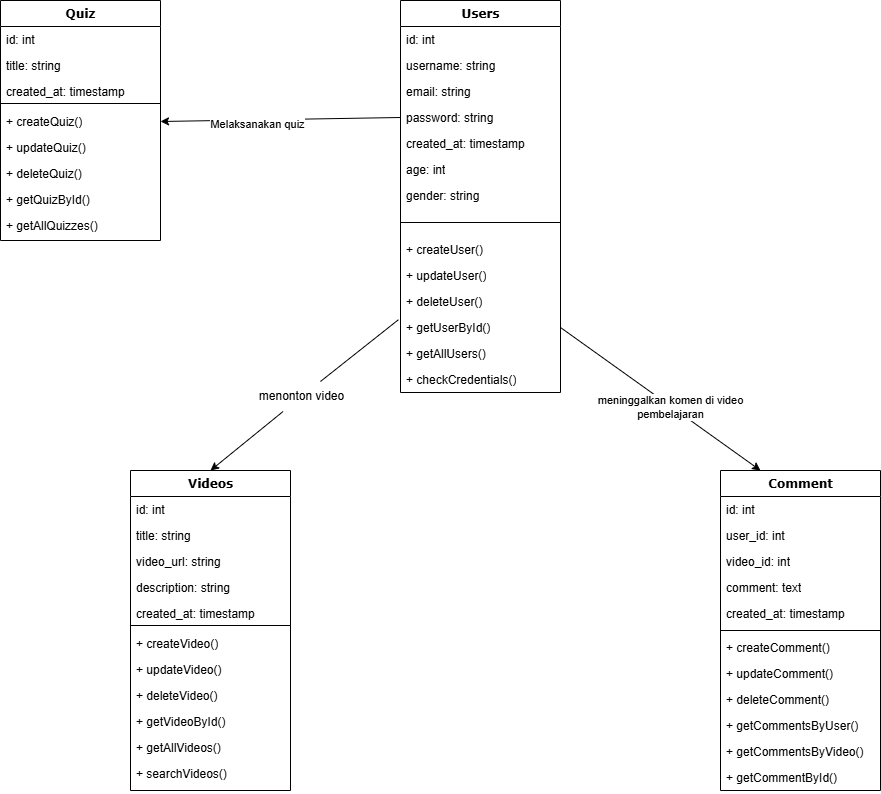
This is Diagrams/Class Diagram.drawio.png from KVNC-source/OURRPL, a draw.io export, as it was before one commit. Source tidied: cells renumbered, new cells last; positions are measured from the earlier drawing's top-left corner, leaving out a move shared by most shapes.
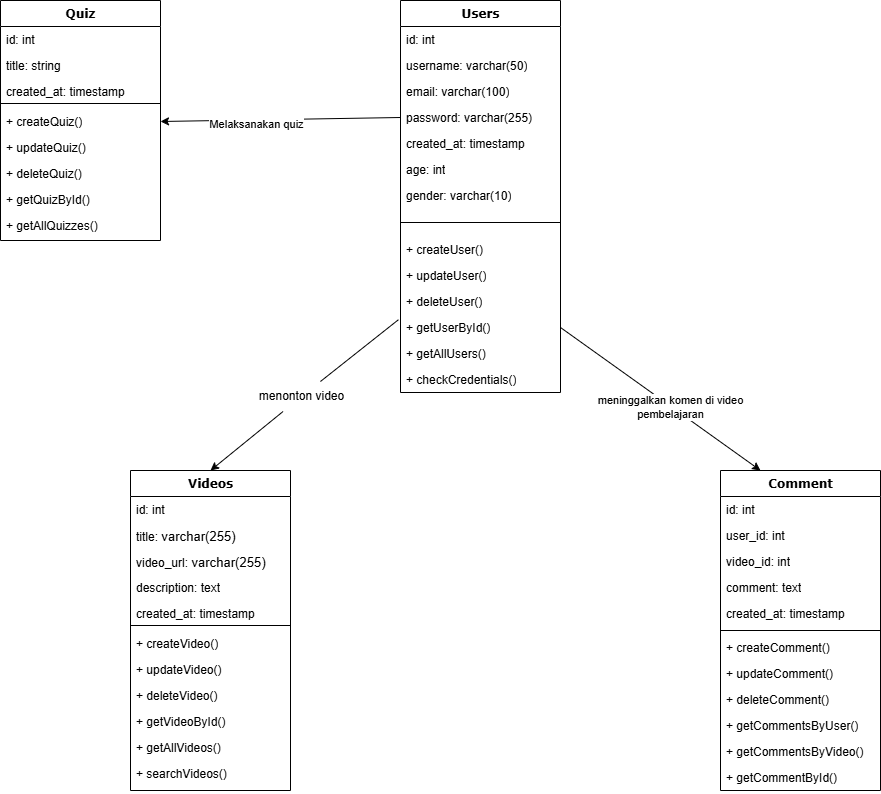
The same diagram one commit later.

What changed in the source:
```diff
@@ -8,13 +8,13 @@
     <mxCell id="3" value="id: int" style="text;html=1;strokeColor=none;fillColor=none;align=left;verticalAlign=top;spacingLeft=4;spacingRight=4;whiteSpace=wrap;overflow=hidden;" parent="2" vertex="1">
       <mxGeometry y="26" width="160" height="26" as="geometry" />
     </mxCell>
-    <mxCell id="4" value="username: string" style="text;html=1;strokeColor=none;fillColor=none;align=left;verticalAlign=top;spacingLeft=4;spacingRight=4;whiteSpace=wrap;overflow=hidden;" parent="2" vertex="1">
+    <mxCell id="4" value="username: varchar(50)" style="text;html=1;strokeColor=none;fillColor=none;align=left;verticalAlign=top;spacingLeft=4;spacingRight=4;whiteSpace=wrap;overflow=hidden;" parent="2" vertex="1">
       <mxGeometry y="52" width="160" height="26" as="geometry" />
     </mxCell>
-    <mxCell id="5" value="email: string" style="text;html=1;strokeColor=none;fillColor=none;align=left;verticalAlign=top;spacingLeft=4;spacingRight=4;whiteSpace=wrap;overflow=hidden;" parent="2" vertex="1">
+    <mxCell id="5" value="email: varchar(100)" style="text;html=1;strokeColor=none;fillColor=none;align=left;verticalAlign=top;spacingLeft=4;spacingRight=4;whiteSpace=wrap;overflow=hidden;" parent="2" vertex="1">
       <mxGeometry y="78" width="160" height="26" as="geometry" />
     </mxCell>
-    <mxCell id="6" value="password: string" style="text;html=1;strokeColor=none;fillColor=none;align=left;verticalAlign=top;spacingLeft=4;spacingRight=4;whiteSpace=wrap;overflow=hidden;points=[[0,0.5],[1,0.5]];portConstraint=eastwest;" parent="2" vertex="1">
+    <mxCell id="6" value="password: varchar(255)" style="text;html=1;strokeColor=none;fillColor=none;align=left;verticalAlign=top;spacingLeft=4;spacingRight=4;whiteSpace=wrap;overflow=hidden;points=[[0,0.5],[1,0.5]];portConstraint=eastwest;" parent="2" vertex="1">
       <mxGeometry y="104" width="160" height="26" as="geometry" />
     </mxCell>
     <mxCell id="7" value="created_at: timestamp" style="text;html=1;strokeColor=none;fillColor=none;align=left;verticalAlign=top;spacingLeft=4;spacingRight=4;whiteSpace=wrap;overflow=hidden;" parent="2" vertex="1">
@@ -23,7 +23,7 @@
     <mxCell id="8" value="age: int" style="text;html=1;strokeColor=none;fillColor=none;align=left;verticalAlign=top;spacingLeft=4;spacingRight=4;whiteSpace=wrap;overflow=hidden;" parent="2" vertex="1">
       <mxGeometry y="156" width="160" height="26" as="geometry" />
     </mxCell>
-    <mxCell id="9" value="gender: string" style="text;html=1;strokeColor=none;fillColor=none;align=left;verticalAlign=top;spacingLeft=4;spacingRight=4;whiteSpace=wrap;overflow=hidden;" parent="2" vertex="1">
+    <mxCell id="9" value="gender: varchar(10)" style="text;html=1;strokeColor=none;fillColor=none;align=left;verticalAlign=top;spacingLeft=4;spacingRight=4;whiteSpace=wrap;overflow=hidden;" parent="2" vertex="1">
       <mxGeometry y="182" width="160" height="26" as="geometry" />
     </mxCell>
     <mxCell id="10" style="line;html=1;strokeWidth=1;fillColor=none;align=left;verticalAlign=middle;spacingTop=-1;spacingLeft=3;spacingRight=3;labelPosition=right;" parent="2" vertex="1">
@@ -92,13 +92,13 @@
     <mxCell id="31" value="id: int" style="text;html=1;strokeColor=none;fillColor=none;align=left;verticalAlign=top;spacingLeft=4;spacingRight=4;whiteSpace=wrap;overflow=hidden;" parent="30" vertex="1">
       <mxGeometry y="26" width="160" height="26" as="geometry" />
     </mxCell>
-    <mxCell id="32" value="title: string" style="text;html=1;strokeColor=none;fillColor=none;align=left;verticalAlign=top;spacingLeft=4;spacingRight=4;whiteSpace=wrap;overflow=hidden;" parent="30" vertex="1">
+    <mxCell id="32" value="title:&amp;nbsp;&lt;span style=&quot;font-family: sans-serif; font-size: 13.12px; text-wrap-mode: nowrap; background-color: rgb(255, 255, 255);&quot;&gt;varchar(255)&lt;/span&gt;" style="text;html=1;strokeColor=none;fillColor=none;align=left;verticalAlign=top;spacingLeft=4;spacingRight=4;whiteSpace=wrap;overflow=hidden;" parent="30" vertex="1">
       <mxGeometry y="52" width="160" height="26" as="geometry" />
     </mxCell>
-    <mxCell id="33" value="video_url: string" style="text;html=1;strokeColor=none;fillColor=none;align=left;verticalAlign=top;spacingLeft=4;spacingRight=4;whiteSpace=wrap;overflow=hidden;" parent="30" vertex="1">
+    <mxCell id="33" value="video_url:&amp;nbsp;&lt;span style=&quot;font-family: sans-serif; font-size: 13.12px; text-wrap-mode: nowrap; background-color: rgb(255, 255, 255);&quot;&gt;varchar(255)&lt;/span&gt;" style="text;html=1;strokeColor=none;fillColor=none;align=left;verticalAlign=top;spacingLeft=4;spacingRight=4;whiteSpace=wrap;overflow=hidden;" parent="30" vertex="1">
       <mxGeometry y="78" width="160" height="26" as="geometry" />
     </mxCell>
-    <mxCell id="34" value="description: string" style="text;html=1;strokeColor=none;fillColor=none;align=left;verticalAlign=top;spacingLeft=4;spacingRight=4;whiteSpace=wrap;overflow=hidden;" parent="30" vertex="1">
+    <mxCell id="34" value="description: text" style="text;html=1;strokeColor=none;fillColor=none;align=left;verticalAlign=top;spacingLeft=4;spacingRight=4;whiteSpace=wrap;overflow=hidden;" parent="30" vertex="1">
       <mxGeometry y="104" width="160" height="26" as="geometry" />
     </mxCell>
     <mxCell id="35" value="created_at: timestamp" style="text;html=1;strokeColor=none;fillColor=none;align=left;verticalAlign=top;spacingLeft=4;spacingRight=4;whiteSpace=wrap;overflow=hidden;" parent="30" vertex="1">
```
